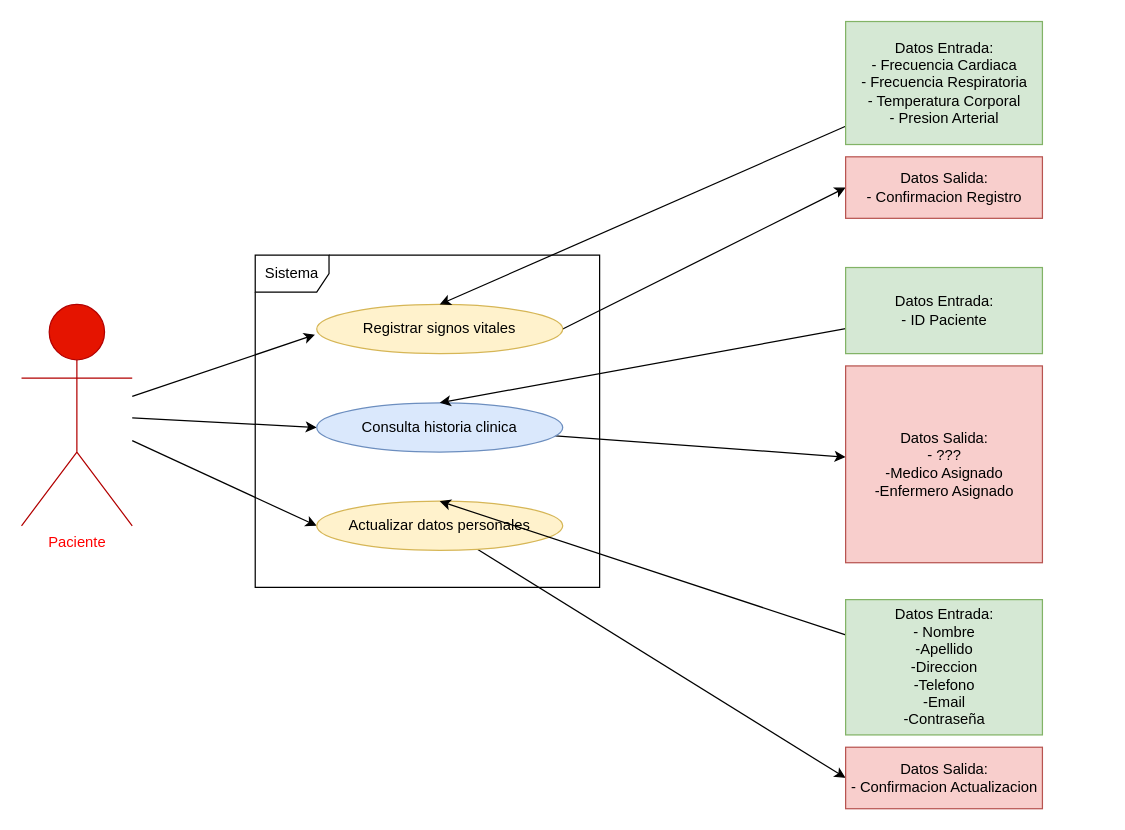
Earlier version of the draw.io diagram Casos de Uso Paciente.drawio (LeoDavintxi/Hospitalizacion-en-Casa). Source tidied: cells renumbered, new cells numbered last; positions are measured from the earlier drawing's top-left corner, leaving out a move shared by most shapes. Both pictures are drawn from the tidied source at 123%, with x=0, y=0 at pixel (21, 21).
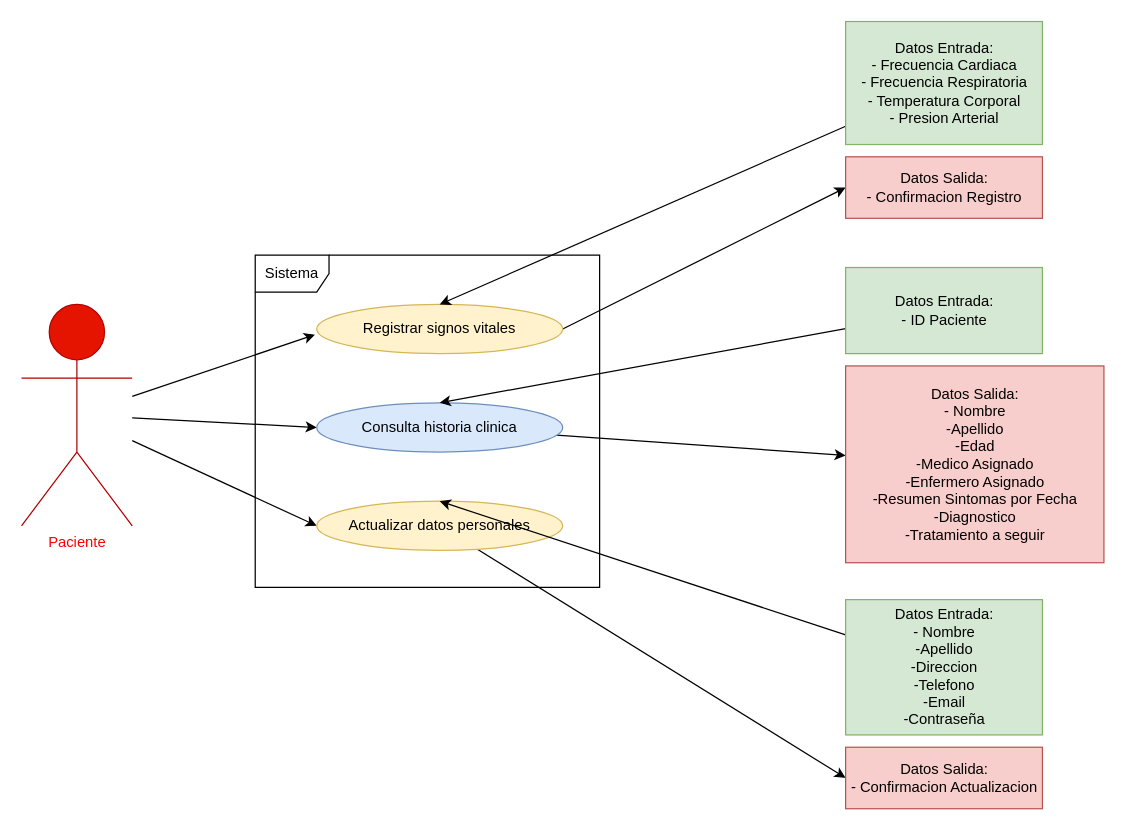
Above is the later version.

What changed in the source:
```diff
@@
-    <mxCell id="21" value="Datos Salida:&lt;br&gt;- ???&lt;br&gt;-Medico Asignado&lt;br&gt;-Enfermero Asignado" style="html=1;fillColor=#f8cecc;strokeColor=#b85450;" parent="1" vertex="1">
-      <mxGeometry x="670" y="280" width="160" height="160" as="geometry" />
+    <mxCell id="21" value="Datos Salida:&lt;br&gt;- Nombre&lt;br&gt;-Apellido&lt;br&gt;-Edad&lt;br&gt;-Medico Asignado&lt;br&gt;-Enfermero Asignado&lt;br&gt;-Resumen Sintomas por Fecha&lt;br&gt;-Diagnostico&lt;br&gt;-Tratamiento a seguir" style="html=1;fillColor=#f8cecc;strokeColor=#b85450;" parent="1" vertex="1">
+      <mxGeometry x="670" y="280" width="210" height="160" as="geometry" />
     </mxCell>
```
